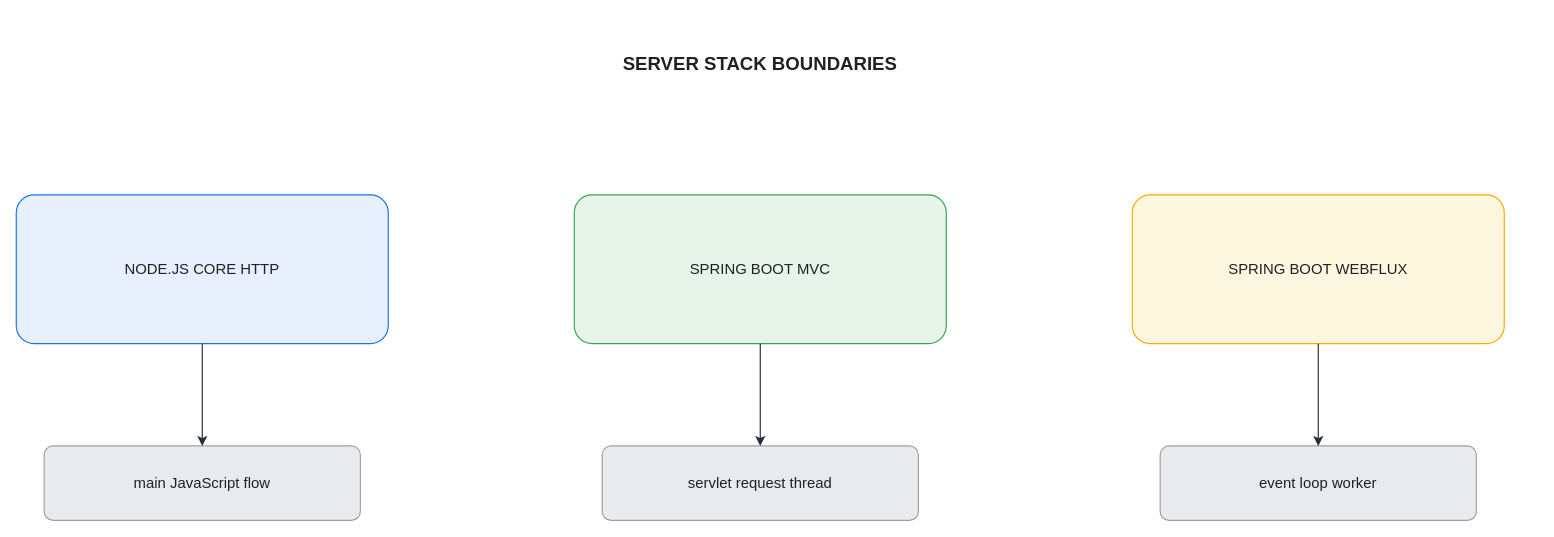
Above: assets/img/server/nodejs-spring-server-stacks.drawio in KKamJi98/kkamji98.github.io (draw.io), before the change. Source tidied: cells renumbered, new cells numbered last; positions are measured from the earlier drawing's top-left corner, leaving out a move shared by most shapes. Both pictures are drawn from the tidied source at 93%, with x=0, y=0 at pixel (16, 36).
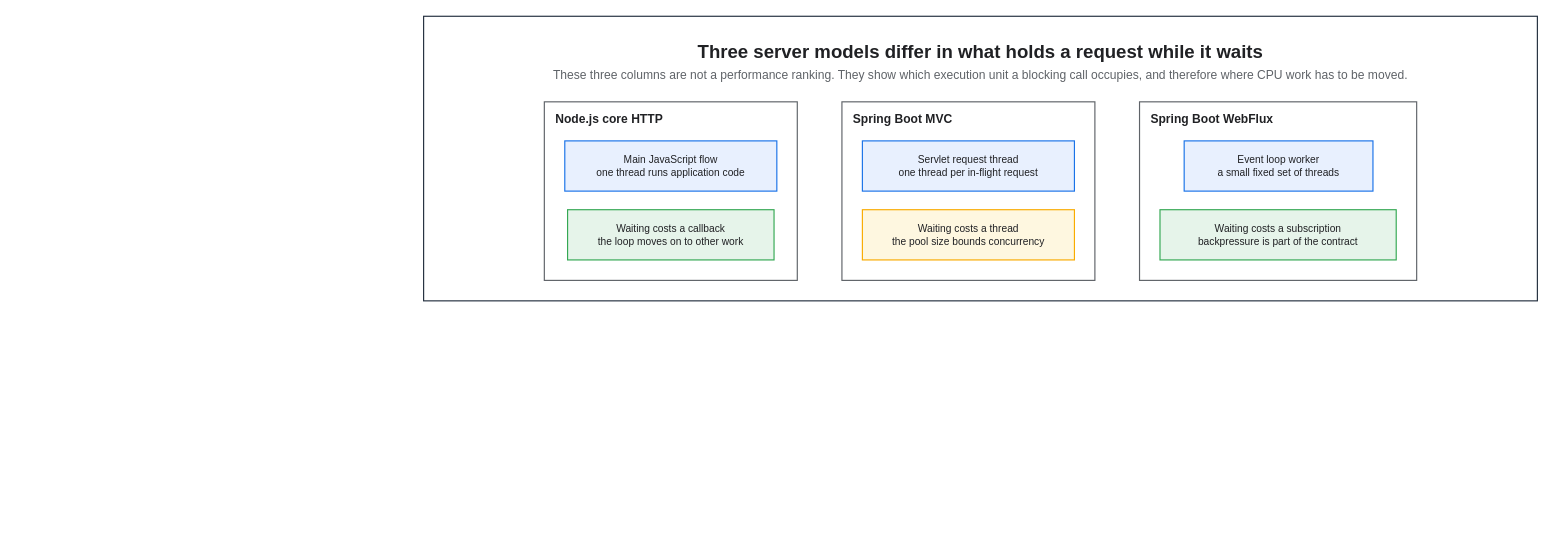
The same page after the edit.

The edit, as a diff of the source:
```diff
@@
 <mxGraphModel background="#FFFFFF">
   <root>
     <mxCell id="0" />
     <mxCell id="1" parent="0" />
+    <mxCell id="12" style="rounded=0;html=0;fillColor=none;strokeColor=#232F3E;fontColor=#202124;strokeWidth=1.25;" parent="1" vertex="1">
+      <mxGeometry x="438" y="-22" width="1197.6" height="306" as="geometry" />
+    </mxCell>
-    <mxCell id="2" value="SERVER STACK BOUNDARIES" style="fillColor=none;strokeColor=none;fontColor=#202124;fontSize=20;fontStyle=1;align=center;verticalAlign=middle;html=0;" parent="1" vertex="1">
-      <mxGeometry x="460" width="680" height="55" as="geometry" />
+    <mxCell id="2" value="Three server models differ in what holds a request while it waits" style="text;html=0;whiteSpace=wrap;fillColor=none;strokeColor=none;fontColor=#202124;fontSize=20;fontStyle=1;align=center;verticalAlign=middle;" parent="1" vertex="1">
+      <mxGeometry x="460" width="1153.6" height="30" as="geometry" />
     </mxCell>
-    <mxCell id="3" value="NODE.JS CORE HTTP" style="rounded=1;arcSize=12;whiteSpace=wrap;html=0;fillColor=#E8F0FE;strokeColor=#1A73E8;strokeWidth=1.25;fontColor=#202124;fontSize=16;align=center;verticalAlign=middle;" parent="1" vertex="1">
-      <mxGeometry y="170" width="400" height="160" as="geometry" />
-    </mxCell>
-    <mxCell id="4" value="SPRING BOOT MVC" style="rounded=1;arcSize=12;whiteSpace=wrap;html=0;fillColor=#E6F4EA;strokeColor=#34A853;strokeWidth=1.25;fontColor=#202124;fontSize=16;align=center;verticalAlign=middle;" parent="1" vertex="1">
-      <mxGeometry x="600" y="170" width="400" height="160" as="geometry" />
-    </mxCell>
-    <mxCell id="5" value="SPRING BOOT WEBFLUX" style="rounded=1;arcSize=12;whiteSpace=wrap;html=0;fillColor=#FEF7E0;strokeColor=#F9AB00;strokeWidth=1.25;fontColor=#202124;fontSize=16;align=center;verticalAlign=middle;" parent="1" vertex="1">
-      <mxGeometry x="1200" y="170" width="400" height="160" as="geometry" />
-    </mxCell>
-    <mxCell id="6" value="main JavaScript flow" style="rounded=1;arcSize=12;whiteSpace=wrap;html=0;fillColor=#E8EAED;strokeColor=#9AA0A6;strokeWidth=1.25;fontColor=#202124;fontSize=16;align=center;verticalAlign=middle;" parent="1" vertex="1">
-      <mxGeometry x="30" y="440" width="340" height="80" as="geometry" />
-    </mxCell>
-    <mxCell id="7" value="servlet request thread" style="rounded=1;arcSize=12;whiteSpace=wrap;html=0;fillColor=#E8EAED;strokeColor=#9AA0A6;strokeWidth=1.25;fontColor=#202124;fontSize=16;align=center;verticalAlign=middle;" parent="1" vertex="1">
-      <mxGeometry x="630" y="440" width="340" height="80" as="geometry" />
-    </mxCell>
-    <mxCell id="8" value="event loop worker" style="rounded=1;arcSize=12;whiteSpace=wrap;html=0;fillColor=#E8EAED;strokeColor=#9AA0A6;strokeWidth=1.25;fontColor=#202124;fontSize=16;align=center;verticalAlign=middle;" parent="1" vertex="1">
-      <mxGeometry x="1230" y="440" width="340" height="80" as="geometry" />
-    </mxCell>
-    <mxCell id="9" style="edgeStyle=orthogonalEdgeStyle;rounded=0;html=0;strokeColor=#232F3E;strokeWidth=1.25;fontColor=#202124;fontSize=11;labelBackgroundColor=none;exitX=0.5;exitY=1;entryX=0.5;entryY=0;endSize=7;" parent="1" edge="1" source="3" target="6">
-      <mxGeometry relative="1" as="geometry" />
-    </mxCell>
-    <mxCell id="10" style="edgeStyle=orthogonalEdgeStyle;rounded=0;html=0;strokeColor=#232F3E;strokeWidth=1.25;fontColor=#202124;fontSize=11;labelBackgroundColor=none;exitX=0.5;exitY=1;entryX=0.5;entryY=0;endSize=7;" parent="1" edge="1" source="4" target="7">
-      <mxGeometry relative="1" as="geometry" />
-    </mxCell>
-    <mxCell id="11" style="edgeStyle=orthogonalEdgeStyle;rounded=0;html=0;strokeColor=#232F3E;strokeWidth=1.25;fontColor=#202124;fontSize=11;labelBackgroundColor=none;exitX=0.5;exitY=1;entryX=0.5;entryY=0;endSize=7;" parent="1" edge="1" source="5" target="8">
-      <mxGeometry relative="1" as="geometry" />
-    </mxCell>
+    <mxCell id="13" value="These three columns are not a performance ranking. They show which execution unit a blocking call occupies, and therefore where CPU work has to be moved." style="text;html=0;whiteSpace=wrap;fillColor=none;strokeColor=none;fontColor=#5F6368;fontSize=13;fontStyle=0;align=center;verticalAlign=middle;" parent="1" vertex="1">
+      <mxGeometry x="460" y="30" width="1153.6" height="22" as="geometry" />
+    </mxCell>
+    <mxCell id="14" value="Node.js core HTTP" style="rounded=0;whiteSpace=wrap;html=0;fillColor=none;strokeColor=#5F6368;fontColor=#202124;fontSize=13;fontStyle=1;align=left;verticalAlign=top;spacingLeft=10;spacingTop=4;strokeWidth=1.25;dashed=0;" parent="1" vertex="1">
+      <mxGeometry x="567.8" y="70" width="272" height="192" as="geometry" />
+    </mxCell>
+    <mxCell id="15" value="Spring Boot MVC" style="rounded=0;whiteSpace=wrap;html=0;fillColor=none;strokeColor=#5F6368;fontColor=#202124;fontSize=13;fontStyle=1;align=left;verticalAlign=top;spacingLeft=10;spacingTop=4;strokeWidth=1.25;dashed=0;" parent="1" vertex="1">
+      <mxGeometry x="887.8" y="70" width="272" height="192" as="geometry" />
+    </mxCell>
+    <mxCell id="16" value="Spring Boot WebFlux" style="rounded=0;whiteSpace=wrap;html=0;fillColor=none;strokeColor=#5F6368;fontColor=#202124;fontSize=13;fontStyle=1;align=left;verticalAlign=top;spacingLeft=10;spacingTop=4;strokeWidth=1.25;dashed=0;" parent="1" vertex="1">
+      <mxGeometry x="1207.8" y="70" width="298" height="192" as="geometry" />
+    </mxCell>
+    <mxCell id="17" value="Main JavaScript flow&#10;one thread runs application code" style="rounded=0;whiteSpace=wrap;html=0;fillColor=#E8F0FE;strokeColor=#1A73E8;fontColor=#202124;fontSize=11;fontStyle=0;align=center;verticalAlign=middle;spacingLeft=6;spacingRight=6;strokeWidth=1.25;" parent="1" vertex="1">
+      <mxGeometry x="589.8" y="112" width="228" height="54" as="geometry" />
+    </mxCell>
+    <mxCell id="18" value="Waiting costs a callback&#10;the loop moves on to other work" style="rounded=0;whiteSpace=wrap;html=0;fillColor=#E6F4EA;strokeColor=#34A853;fontColor=#202124;fontSize=11;fontStyle=0;align=center;verticalAlign=middle;spacingLeft=6;spacingRight=6;strokeWidth=1.25;" parent="1" vertex="1">
+      <mxGeometry x="592.8" y="186" width="222" height="54" as="geometry" />
+    </mxCell>
+    <mxCell id="19" value="Servlet request thread&#10;one thread per in-flight request" style="rounded=0;whiteSpace=wrap;html=0;fillColor=#E8F0FE;strokeColor=#1A73E8;fontColor=#202124;fontSize=11;fontStyle=0;align=center;verticalAlign=middle;spacingLeft=6;spacingRight=6;strokeWidth=1.25;" parent="1" vertex="1">
+      <mxGeometry x="909.8" y="112" width="228" height="54" as="geometry" />
+    </mxCell>
+    <mxCell id="20" value="Waiting costs a thread&#10;the pool size bounds concurrency" style="rounded=0;whiteSpace=wrap;html=0;fillColor=#FEF7E0;strokeColor=#F9AB00;fontColor=#202124;fontSize=11;fontStyle=0;align=center;verticalAlign=middle;spacingLeft=6;spacingRight=6;strokeWidth=1.25;" parent="1" vertex="1">
+      <mxGeometry x="909.8" y="186" width="228" height="54" as="geometry" />
+    </mxCell>
+    <mxCell id="21" value="Event loop worker&#10;a small fixed set of threads" style="rounded=0;whiteSpace=wrap;html=0;fillColor=#E8F0FE;strokeColor=#1A73E8;fontColor=#202124;fontSize=11;fontStyle=0;align=center;verticalAlign=middle;spacingLeft=6;spacingRight=6;strokeWidth=1.25;" parent="1" vertex="1">
+      <mxGeometry x="1255.8" y="112" width="203" height="54" as="geometry" />
+    </mxCell>
+    <mxCell id="22" value="Waiting costs a subscription&#10;backpressure is part of the contract" style="rounded=0;whiteSpace=wrap;html=0;fillColor=#E6F4EA;strokeColor=#34A853;fontColor=#202124;fontSize=11;fontStyle=0;align=center;verticalAlign=middle;spacingLeft=6;spacingRight=6;strokeWidth=1.25;" parent="1" vertex="1">
+      <mxGeometry x="1229.8" y="186" width="254" height="54" as="geometry" />
+    </mxCell>
   </root>
 </mxGraphModel>
```
